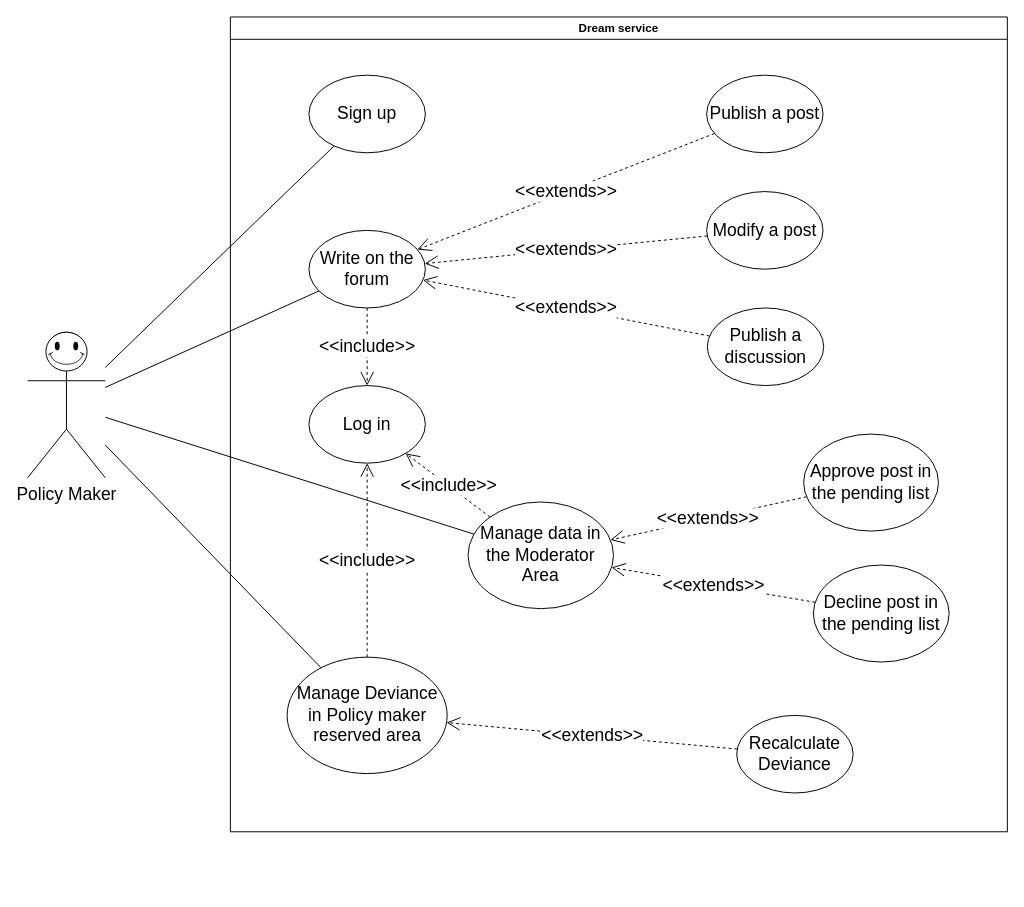
Before: page "Policy Maker" (2 of 4) of Use cases diagram/UseCase.drawio in matteovisotto/SE2-CecchettoSirianiVisotto, a draw.io diagram. Source tidied: cells renumbered, new cells numbered last; positions are measured from the earlier drawing's top-left corner, leaving out a move shared by most shapes. Both pictures are drawn from the tidied source at 97%, with x=0, y=0 at pixel (27, 16).
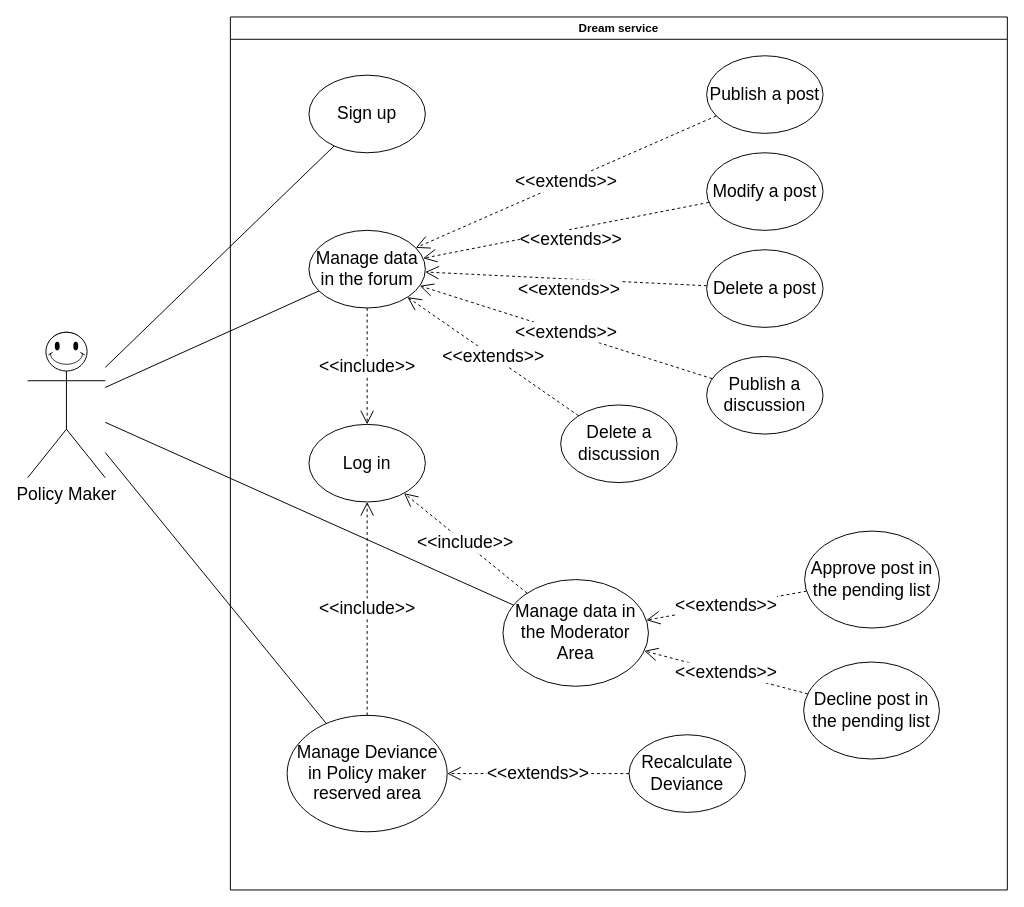
Above is the later version.

Diff of the diagram source:
```diff
@@
     <mxCell id="3" value="Dream service" style="swimlane;" parent="1" vertex="1">
-      <mxGeometry x="209" width="801" height="840" as="geometry" />
+      <mxGeometry x="209" width="801" height="900" as="geometry" />
     </mxCell>
@@
     <mxCell id="5" value="&lt;font style=&quot;font-size: 18px&quot;&gt;Log in&lt;/font&gt;" style="ellipse;whiteSpace=wrap;html=1;" parent="3" vertex="1">
-      <mxGeometry x="81" y="380" width="120" height="80" as="geometry" />
+      <mxGeometry x="81" y="420" width="120" height="80" as="geometry" />
     </mxCell>
@@
-    <mxCell id="7" value="&lt;font style=&quot;font-size: 18px&quot;&gt;Write on the forum&lt;/font&gt;" style="ellipse;whiteSpace=wrap;html=1;" parent="3" vertex="1">
+    <mxCell id="7" value="&lt;font style=&quot;font-size: 18px&quot;&gt;Manage data in the forum&lt;/font&gt;" style="ellipse;whiteSpace=wrap;html=1;" parent="3" vertex="1">
       <mxGeometry x="81" y="220" width="120" height="80" as="geometry" />
     </mxCell>
     <mxCell id="8" value="&lt;font style=&quot;font-size: 18px&quot;&gt;Manage data in the Moderator Area&lt;/font&gt;" style="ellipse;whiteSpace=wrap;html=1;" parent="3" vertex="1">
-      <mxGeometry x="245" y="500" width="150" height="110" as="geometry" />
+      <mxGeometry x="281" y="580" width="150" height="110" as="geometry" />
     </mxCell>
@@
     <mxCell id="10" value="&lt;font style=&quot;font-size: 18px&quot;&gt;Manage Deviance in Policy maker reserved area&lt;/font&gt;" style="ellipse;whiteSpace=wrap;html=1;" parent="3" vertex="1">
-      <mxGeometry x="58.5" y="660" width="165" height="120" as="geometry" />
+      <mxGeometry x="58.5" y="720" width="165" height="120" as="geometry" />
     </mxCell>
@@
     <mxCell id="12" value="&lt;font style=&quot;font-size: 18px&quot;&gt;Approve post in the pending list&lt;/font&gt;" style="ellipse;whiteSpace=wrap;html=1;" parent="3" vertex="1">
-      <mxGeometry x="591" y="430" width="139" height="100" as="geometry" />
+      <mxGeometry x="592" y="530" width="139" height="100" as="geometry" />
     </mxCell>
     <mxCell id="13" value="&lt;font style=&quot;font-size: 18px&quot;&gt;Decline post in the pending list&lt;/font&gt;" style="ellipse;whiteSpace=wrap;html=1;" parent="3" vertex="1">
-      <mxGeometry x="601" y="565" width="140" height="100" as="geometry" />
+      <mxGeometry x="591" y="665" width="140" height="100" as="geometry" />
     </mxCell>
     <mxCell id="14" value="Recalculate Deviance" style="ellipse;whiteSpace=wrap;html=1;fontSize=18;" parent="3" vertex="1">
-      <mxGeometry x="522" y="720" width="120" height="80" as="geometry" />
+      <mxGeometry x="411" y="740" width="120" height="80" as="geometry" />
     </mxCell>
     <mxCell id="15" value="&lt;font style=&quot;font-size: 18px&quot;&gt;Publish a post&lt;/font&gt;" style="ellipse;whiteSpace=wrap;html=1;" parent="3" vertex="1">
-      <mxGeometry x="491" y="60" width="120" height="80" as="geometry" />
+      <mxGeometry x="491" y="40" width="120" height="80" as="geometry" />
     </mxCell>
     <mxCell id="16" value="&lt;font style=&quot;font-size: 18px&quot;&gt;Modify a post&lt;/font&gt;" style="ellipse;whiteSpace=wrap;html=1;" parent="3" vertex="1">
-      <mxGeometry x="491" y="180" width="120" height="80" as="geometry" />
+      <mxGeometry x="491" y="140" width="120" height="80" as="geometry" />
     </mxCell>
     <mxCell id="17" value="&lt;font style=&quot;font-size: 18px&quot;&gt;Publish a discussion&lt;/font&gt;" style="ellipse;whiteSpace=wrap;html=1;" parent="3" vertex="1">
-      <mxGeometry x="491.7" y="300" width="120" height="80" as="geometry" />
+      <mxGeometry x="491" y="350" width="120" height="80" as="geometry" />
     </mxCell>
@@
     <mxCell id="22" value="&lt;font style=&quot;font-size: 18px&quot;&gt;&amp;lt;&amp;lt;extends&amp;gt;&amp;gt;&lt;/font&gt;" style="endArrow=open;endSize=12;dashed=1;html=1;rounded=0;" parent="3" edge="1" source="16" target="7">
-      <mxGeometry relative="1" as="geometry" />
+      <mxGeometry x="-0.02" y="11" relative="1" as="geometry" />
     </mxCell>
@@
+    <mxCell id="29" value="&lt;font style=&quot;font-size: 18px&quot;&gt;Delete a post&lt;/font&gt;" style="ellipse;whiteSpace=wrap;html=1;" parent="3" vertex="1">
+      <mxGeometry x="491" y="240" width="120" height="80" as="geometry" />
+    </mxCell>
+    <mxCell id="30" value="&lt;font style=&quot;font-size: 18px&quot;&gt;&amp;lt;&amp;lt;extends&amp;gt;&amp;gt;&lt;/font&gt;" style="endArrow=open;endSize=12;dashed=1;html=1;rounded=0;" parent="3" edge="1" source="29" target="7">
+      <mxGeometry x="-0.02" y="11" relative="1" as="geometry" />
+    </mxCell>
+    <mxCell id="31" value="&lt;font style=&quot;font-size: 18px&quot;&gt;Delete a discussion&lt;/font&gt;" style="ellipse;whiteSpace=wrap;html=1;" parent="3" vertex="1">
+      <mxGeometry x="340.5" y="400" width="120" height="80" as="geometry" />
+    </mxCell>
+    <mxCell id="32" value="&lt;font style=&quot;font-size: 18px&quot;&gt;&amp;lt;&amp;lt;extends&amp;gt;&amp;gt;&lt;/font&gt;" style="endArrow=open;endSize=12;dashed=1;html=1;rounded=0;" parent="3" edge="1" source="31" target="7">
+      <mxGeometry relative="1" as="geometry" />
+    </mxCell>
```
